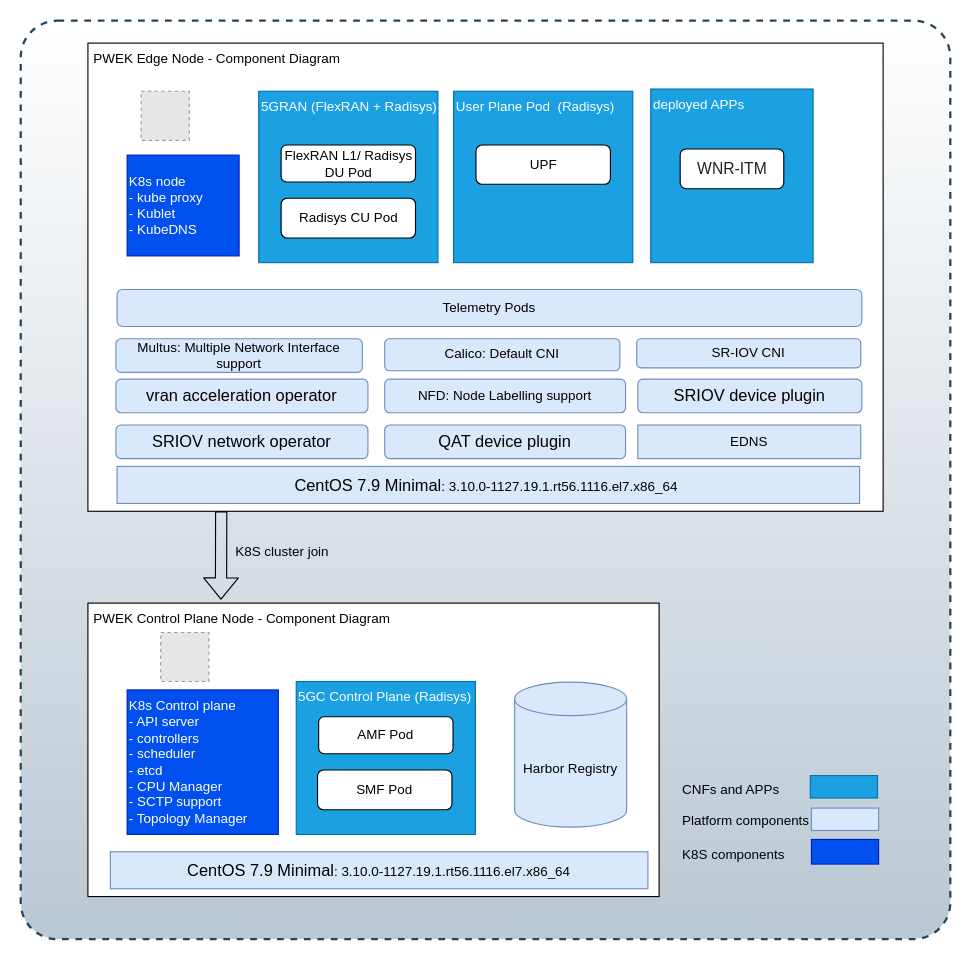
This is experience-kits/images/pwek/pwek-arch.drawio from IntelSmartEdge/docs, a draw.io file, before an edit. Source tidied: cells renumbered, new cells numbered last; positions are measured from the earlier drawing's top-left corner, leaving out a move shared by most shapes. Both pictures are drawn from the tidied source at 112%, with x=0, y=0 at pixel (20, 20). Pictures stored in the file or linked from it are replaced by grey dashed boxes.
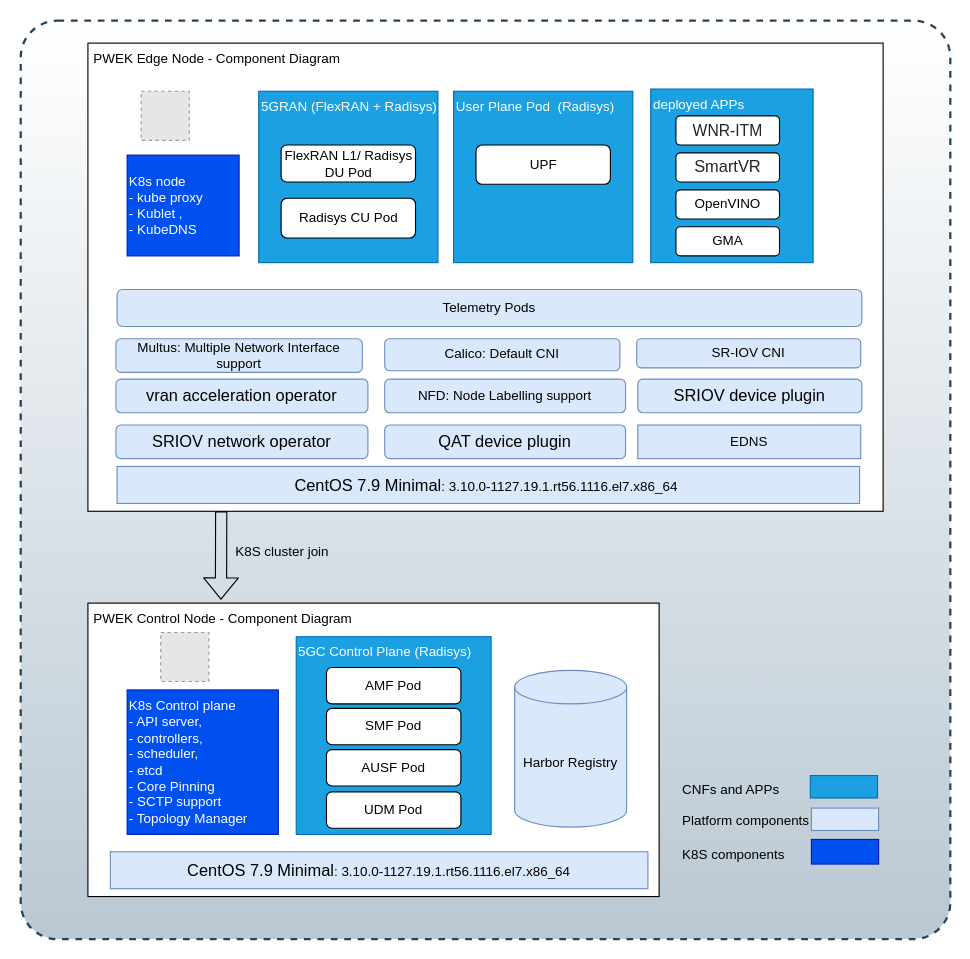
After the change.

Change to the diagram source:
```diff
@@
-    <mxCell id="10" value="K8s node &lt;br&gt;- kube proxy &lt;br&gt;- Kublet&lt;br&gt;- KubeDNS" style="rounded=0;whiteSpace=wrap;html=1;align=left;fillColor=#0050ef;strokeColor=#001DBC;fontColor=#ffffff;" parent="1" vertex="1">
-      <mxGeometry x="95" y="120" width="100" height="90" as="geometry" />
-    </mxCell>
+    <mxCell id="40" value="K8s node &lt;br&gt;- kube proxy &lt;br&gt;- Kublet ,&lt;br&gt;- KubeDNS" style="rounded=0;whiteSpace=wrap;html=1;align=left;fillColor=#0050ef;strokeColor=#001DBC;fontColor=#ffffff;" parent="1" vertex="1">
+      <mxGeometry x="95" y="120" width="100" height="90" as="geometry" />
+    </mxCell>
@@
     <mxCell id="18" value="&lt;span style=&quot;color: rgb(36 , 36 , 36) ; font-family: &amp;#34;segoe ui&amp;#34; , , &amp;#34;apple color emoji&amp;#34; , &amp;#34;segoe ui emoji&amp;#34; , sans-serif ; font-size: 14px&quot;&gt;WNR-ITM&lt;/span&gt;" style="rounded=1;whiteSpace=wrap;html=1;" parent="1" vertex="1">
-      <mxGeometry x="588.8" y="114.5" width="92.5" height="35.5" as="geometry" />
+      <mxGeometry x="585" y="85" width="92.5" height="26" as="geometry" />
     </mxCell>
@@
-    <mxCell id="24" value="&amp;nbsp;PWEK Control Plane Node - Component Diagram" style="rounded=0;whiteSpace=wrap;html=1;align=left;verticalAlign=top;" parent="1" vertex="1">
-      <mxGeometry x="60" y="520" width="510" height="262" as="geometry" />
-    </mxCell>
+    <mxCell id="41" value="&lt;span style=&quot;color: rgb(36 , 36 , 36) ; font-family: &amp;#34;segoe ui&amp;#34; , , &amp;#34;apple color emoji&amp;#34; , &amp;#34;segoe ui emoji&amp;#34; , sans-serif ; font-size: 14.6667px&quot;&gt;SmartVR&lt;/span&gt;" style="rounded=1;whiteSpace=wrap;html=1;" parent="1" vertex="1">
+      <mxGeometry x="585" y="118" width="92.5" height="26" as="geometry" />
+    </mxCell>
+    <mxCell id="42" value="OpenVINO" style="rounded=1;whiteSpace=wrap;html=1;" parent="1" vertex="1">
+      <mxGeometry x="585" y="151" width="92.5" height="26" as="geometry" />
+    </mxCell>
+    <mxCell id="43" value="&amp;nbsp;PWEK Control Node - Component Diagram" style="rounded=0;whiteSpace=wrap;html=1;align=left;verticalAlign=top;" parent="1" vertex="1">
+      <mxGeometry x="60" y="520" width="510" height="262" as="geometry" />
+    </mxCell>
@@
     <mxCell id="26" value="5GC Control Plane (Radisys)" style="rounded=0;whiteSpace=wrap;html=1;align=left;verticalAlign=top;fillColor=#1ba1e2;strokeColor=#006EAF;fontColor=#ffffff;" parent="1" vertex="1">
-      <mxGeometry x="246" y="590" width="160" height="136.5" as="geometry" />
+      <mxGeometry x="246" y="550" width="174" height="176.5" as="geometry" />
     </mxCell>
     <mxCell id="27" value="AMF Pod" style="rounded=1;whiteSpace=wrap;html=1;" parent="1" vertex="1">
-      <mxGeometry x="266" y="621.5" width="120" height="33" as="geometry" />
+      <mxGeometry x="273" y="577.5" width="120" height="32.5" as="geometry" />
     </mxCell>
-    <mxCell id="28" value="SMF Pod" style="rounded=1;whiteSpace=wrap;html=1;" parent="1" vertex="1">
-      <mxGeometry x="265" y="669" width="120" height="35.5" as="geometry" />
-    </mxCell>
@@
-    <mxCell id="30" value="K8s Control plane&lt;br&gt;&lt;div&gt;&lt;span&gt;- API server&lt;/span&gt;&lt;br&gt;&lt;/div&gt;&lt;div&gt;&lt;span&gt;- controllers&amp;nbsp;&lt;/span&gt;&lt;/div&gt;&lt;div&gt;&lt;span&gt;- scheduler&lt;/span&gt;&lt;/div&gt;&lt;div&gt;&lt;span&gt;- etcd&lt;/span&gt;&lt;/div&gt;&lt;div&gt;&lt;span&gt;- CPU Manager&lt;/span&gt;&lt;/div&gt;&lt;div&gt;&lt;span&gt;- SCTP support&amp;nbsp;&amp;nbsp;&lt;/span&gt;&lt;/div&gt;&lt;div&gt;&lt;span&gt;- Topology Manager&lt;/span&gt;&lt;/div&gt;" style="rounded=0;whiteSpace=wrap;html=1;align=left;fillColor=#0050ef;strokeColor=#001DBC;fontColor=#ffffff;" parent="1" vertex="1">
-      <mxGeometry x="95" y="597.5" width="135" height="129" as="geometry" />
-    </mxCell>
+    <mxCell id="44" value="K8s Control plane&lt;br&gt;&lt;div&gt;&lt;span&gt;- API server,&amp;nbsp;&lt;/span&gt;&lt;br&gt;&lt;/div&gt;&lt;div&gt;&lt;span&gt;- controllers,&amp;nbsp;&lt;/span&gt;&lt;/div&gt;&lt;div&gt;&lt;span&gt;- scheduler,&lt;/span&gt;&lt;/div&gt;&lt;div&gt;&lt;span&gt;- etcd&lt;/span&gt;&lt;/div&gt;&lt;div&gt;&lt;span&gt;- Core Pinning&lt;/span&gt;&lt;/div&gt;&lt;div&gt;&lt;span&gt;- SCTP support&amp;nbsp;&amp;nbsp;&lt;/span&gt;&lt;/div&gt;&lt;div&gt;&lt;span&gt;- Topology Manager&lt;/span&gt;&lt;/div&gt;" style="rounded=0;whiteSpace=wrap;html=1;align=left;fillColor=#0050ef;strokeColor=#001DBC;fontColor=#ffffff;" parent="1" vertex="1">
+      <mxGeometry x="95" y="597.5" width="135" height="129" as="geometry" />
+    </mxCell>
     <mxCell id="31" value="Harbor Registry" style="shape=cylinder3;whiteSpace=wrap;html=1;boundedLbl=1;backgroundOutline=1;size=15;align=center;fillColor=#dae8fc;strokeColor=#6c8ebf;" parent="1" vertex="1">
-      <mxGeometry x="441" y="590.5" width="100" height="129.5" as="geometry" />
+      <mxGeometry x="441" y="580" width="100" height="140" as="geometry" />
     </mxCell>
@@
-    <mxCell id="36" style="shape=flexArrow;endArrow=classic;html=1;entryX=0.233;entryY=-0.004;entryDx=0;entryDy=0;entryPerimeter=0;" parent="1" edge="1">
-      <mxGeometry relative="1" as="geometry">
-        <mxPoint x="179" y="438" as="sourcePoint" />
-        <mxPoint x="178.8" y="517" as="targetPoint" />
-      </mxGeometry>
-    </mxCell>
+    <mxCell id="45" style="shape=flexArrow;endArrow=classic;html=1;entryX=0.233;entryY=-0.004;entryDx=0;entryDy=0;entryPerimeter=0;" parent="1" edge="1">
+      <mxGeometry relative="1" as="geometry">
+        <mxPoint x="179" y="438" as="sourcePoint" />
+        <mxPoint x="178.8" y="517" as="targetPoint" />
+      </mxGeometry>
+    </mxCell>
@@
+    <mxCell id="28" value="SMF Pod" style="rounded=1;whiteSpace=wrap;html=1;" parent="1" vertex="1">
+      <mxGeometry x="273" y="614" width="120" height="32.5" as="geometry" />
+    </mxCell>
+    <mxCell id="46" value="AUSF Pod" style="rounded=1;whiteSpace=wrap;html=1;" parent="1" vertex="1">
+      <mxGeometry x="273" y="650.8" width="120" height="32.5" as="geometry" />
+    </mxCell>
+    <mxCell id="47" value="UDM Pod" style="rounded=1;whiteSpace=wrap;html=1;" parent="1" vertex="1">
+      <mxGeometry x="273" y="688.5" width="120" height="32.5" as="geometry" />
+    </mxCell>
+    <mxCell id="48" value="GMA" style="rounded=1;whiteSpace=wrap;html=1;" parent="1" vertex="1">
+      <mxGeometry x="585" y="184" width="92.5" height="26" as="geometry" />
+    </mxCell>
```
